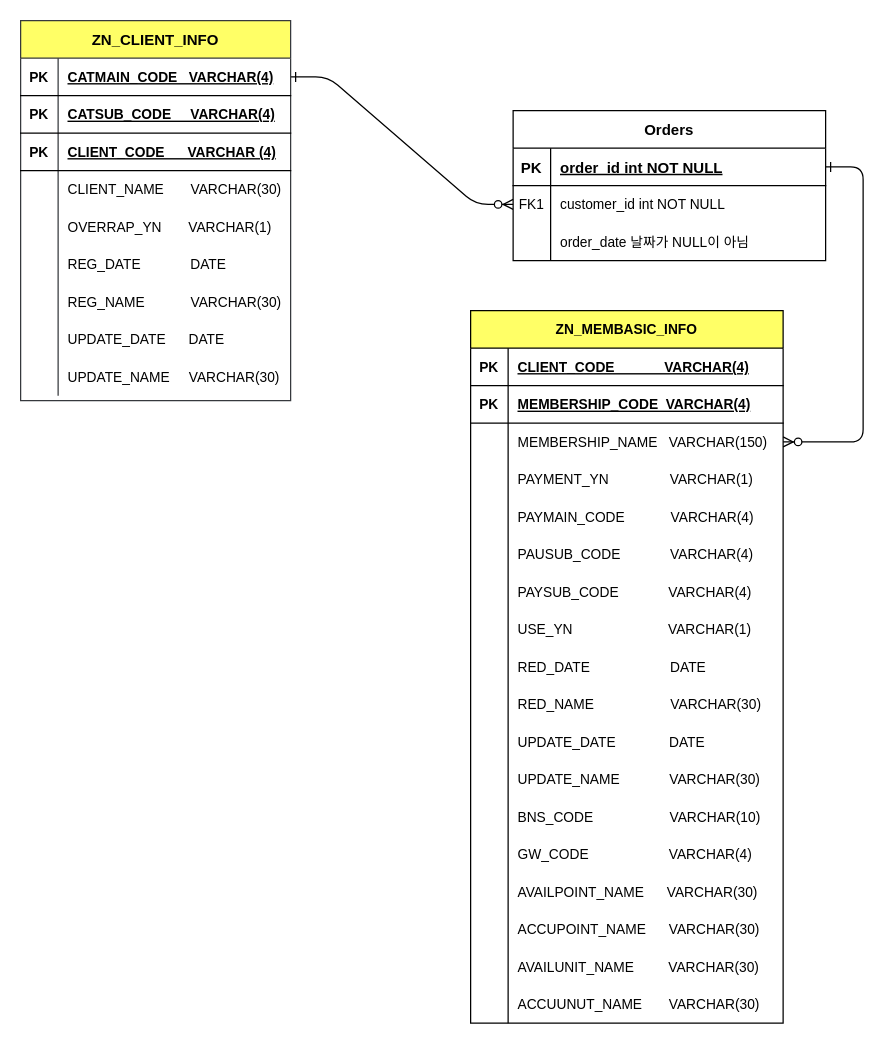
The draw.io diagram Untitled Diagram.drawio in qksl22/Java, before the edit. Source tidied: cells renumbered, new cells numbered last; positions are measured from the earlier drawing's top-left corner, leaving out a move shared by most shapes. Both pictures are drawn from the tidied source at 125%, with x=0, y=0 at pixel (20, 20).
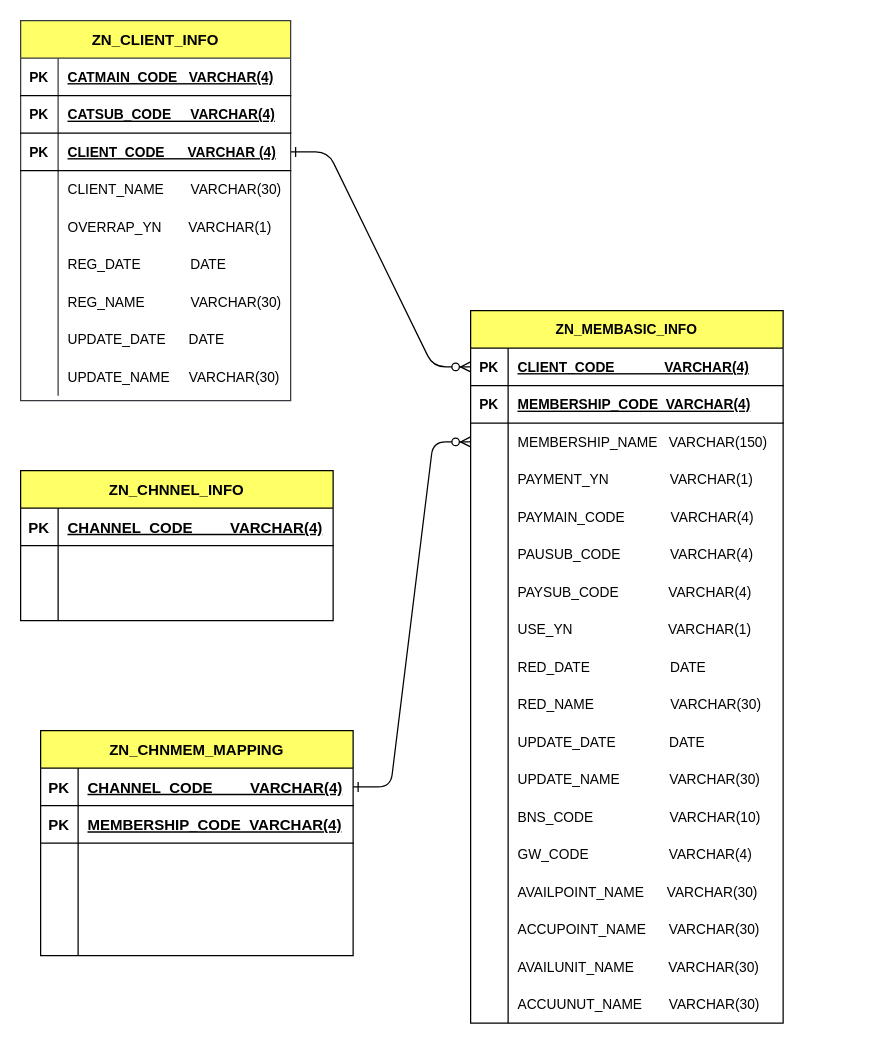
The same page after the edit.

Unchanged cells that the change refers to:
```xml
<mxCell id="15" style="shape=partialRectangle;fillColor=none;points=[[0,0.5],[1,0.5]];portConstraint=eastwest;top=0;left=0;right=0;bottom=1;fontSize=11;" parent="14" vertex="1">
  <mxGeometry y="30" width="250" height="30" as="geometry" />
</mxCell>
<mxCell id="21" style="shape=partialRectangle;fillColor=none;points=[[0,0.5],[1,0.5]];portConstraint=eastwest;top=0;left=0;right=0;bottom=0;fontSize=11;" parent="14" vertex="1">
  <mxGeometry y="90" width="250" height="30" as="geometry" />
</mxCell>
<mxCell id="70" style="shape=partialRectangle;fillColor=none;points=[[0,0.5],[1,0.5]];portConstraint=eastwest;top=0;left=0;right=0;bottom=1;fontSize=11;" parent="69" vertex="1">
  <mxGeometry y="30" width="216" height="30" as="geometry" />
</mxCell>
<mxCell id="76" style="shape=partialRectangle;fillColor=none;points=[[0,0.5],[1,0.5]];portConstraint=eastwest;top=0;left=0;right=0;bottom=1;fontSize=11;" parent="69" vertex="1">
  <mxGeometry y="90" width="216" height="30" as="geometry" />
</mxCell>
```

The edit, as a diff of the source:
```diff
@@
-    <mxCell id="2" style="edgeStyle=entityRelationEdgeStyle;endArrow=ERzeroToMany;startArrow=ERone;endFill=1;startFill=0;fontSize=11;" parent="1" edge="1" source="70" target="8">
+    <mxCell id="2" style="edgeStyle=entityRelationEdgeStyle;endArrow=ERzeroToMany;startArrow=ERone;endFill=1;startFill=0;fontSize=11;entryX=0;entryY=0.5;entryDx=0;entryDy=0;exitX=1;exitY=0.5;exitDx=0;exitDy=0;" parent="1" edge="1" source="76" target="15">
       <mxGeometry relative="1" as="geometry" />
     </mxCell>
-    <mxCell id="3" style="edgeStyle=entityRelationEdgeStyle;endArrow=ERzeroToMany;startArrow=ERone;endFill=1;startFill=0;fontSize=11;" parent="1" edge="1" source="5" target="21">
+    <mxCell id="3" style="edgeStyle=entityRelationEdgeStyle;endArrow=ERzeroToMany;startArrow=ERone;endFill=1;startFill=0;fontSize=11;exitX=1;exitY=0.5;exitDx=0;exitDy=0;" parent="1" edge="1" source="98" target="21">
       <mxGeometry relative="1" as="geometry" />
     </mxCell>
-    <mxCell id="4" value="Orders" style="shape=table;startSize=30;childLayout=tableLayout;rowLines=0;fontStyle=1;align=center;" parent="1" vertex="1">
-      <mxGeometry x="394" y="72" width="250" height="120" as="geometry" />
-    </mxCell>
-    <mxCell id="5" style="shape=partialRectangle;fillColor=none;points=[[0,0.5],[1,0.5]];portConstraint=eastwest;top=0;left=0;right=0;bottom=1;" parent="4" vertex="1">
-      <mxGeometry y="30" width="250" height="30" as="geometry" />
-    </mxCell>
-    <mxCell id="6" value="PK" style="shape=partialRectangle;overflow=hidden;fillColor=none;top=0;left=0;bottom=0;right=0;fontStyle=1;" parent="5" vertex="1">
-      <mxGeometry width="30" height="30" as="geometry" />
-    </mxCell>
-    <mxCell id="7" value="order_id int NOT NULL " style="shape=partialRectangle;overflow=hidden;fillColor=none;top=0;left=0;bottom=0;right=0;align=left;spacingLeft=6;fontStyle=5;" parent="5" vertex="1">
-      <mxGeometry x="30" width="220" height="30" as="geometry" />
-    </mxCell>
-    <mxCell id="8" style="shape=partialRectangle;fillColor=none;points=[[0,0.5],[1,0.5]];portConstraint=eastwest;top=0;left=0;right=0;bottom=0;fontSize=11;" parent="4" vertex="1">
-      <mxGeometry y="60" width="250" height="30" as="geometry" />
-    </mxCell>
-    <mxCell id="9" value="FK1" style="shape=partialRectangle;overflow=hidden;fillColor=none;top=0;left=0;bottom=0;right=0;fontSize=11;" parent="8" vertex="1">
-      <mxGeometry width="30" height="30" as="geometry" />
-    </mxCell>
-    <mxCell id="10" value="customer_id int NOT NULL" style="shape=partialRectangle;overflow=hidden;fillColor=none;top=0;left=0;bottom=0;right=0;align=left;spacingLeft=6;fontSize=11;" parent="8" vertex="1">
-      <mxGeometry x="30" width="220" height="30" as="geometry" />
-    </mxCell>
-    <mxCell id="11" style="shape=partialRectangle;fillColor=none;top=0;left=0;right=0;bottom=0;fontSize=11;" parent="4" vertex="1">
-      <mxGeometry y="90" width="250" height="30" as="geometry" />
-    </mxCell>
-    <mxCell id="12" style="shape=partialRectangle;overflow=hidden;fillColor=none;top=0;left=0;bottom=0;right=0;fontSize=11;" parent="11" vertex="1">
-      <mxGeometry width="30" height="30" as="geometry" />
-    </mxCell>
-    <mxCell id="13" value="order_date 날짜가 NULL이 아님" style="shape=partialRectangle;overflow=hidden;fillColor=none;top=0;left=0;bottom=0;right=0;align=left;spacingLeft=6;fontSize=11;" parent="11" vertex="1">
-      <mxGeometry x="30" width="220" height="30" as="geometry" />
-    </mxCell>
@@
+    <mxCell id="97" value="ZN_CHNMEM_MAPPING" style="shape=table;startSize=30;childLayout=tableLayout;rowLines=0;fontStyle=1;align=center;fillColor=#FFFF66;" parent="1" vertex="1">
+      <mxGeometry x="16" y="568" width="250" height="180" as="geometry" />
+    </mxCell>
+    <mxCell id="98" style="shape=partialRectangle;fillColor=none;points=[[0,0.5],[1,0.5]];portConstraint=eastwest;top=0;left=0;right=0;bottom=1;" parent="97" vertex="1">
+      <mxGeometry y="30" width="250" height="30" as="geometry" />
+    </mxCell>
+    <mxCell id="99" value="PK" style="shape=partialRectangle;overflow=hidden;fillColor=none;top=0;left=0;bottom=0;right=0;fontStyle=1;" parent="98" vertex="1">
+      <mxGeometry width="30" height="30" as="geometry" />
+    </mxCell>
+    <mxCell id="100" value="CHANNEL_CODE         VARCHAR(4)" style="shape=partialRectangle;overflow=hidden;fillColor=none;top=0;left=0;bottom=0;right=0;align=left;spacingLeft=6;fontStyle=5;" parent="98" vertex="1">
+      <mxGeometry x="30" width="220" height="30" as="geometry" />
+    </mxCell>
+    <mxCell id="101" style="shape=partialRectangle;fillColor=none;top=0;left=0;right=0;bottom=1;" parent="97" vertex="1">
+      <mxGeometry y="60" width="250" height="30" as="geometry" />
+    </mxCell>
+    <mxCell id="102" value="PK" style="shape=partialRectangle;overflow=hidden;fillColor=none;top=0;left=0;bottom=0;right=0;fontStyle=1;" parent="101" vertex="1">
+      <mxGeometry width="30" height="30" as="geometry" />
+    </mxCell>
+    <mxCell id="103" value="MEMBERSHIP_CODE  VARCHAR(4)" style="shape=partialRectangle;overflow=hidden;fillColor=none;top=0;left=0;bottom=0;right=0;align=left;spacingLeft=6;fontStyle=5;" parent="101" vertex="1">
+      <mxGeometry x="30" width="220" height="30" as="geometry" />
+    </mxCell>
+    <mxCell id="104" style="shape=partialRectangle;fillColor=none;top=0;left=0;right=0;bottom=0;fontSize=11;" parent="97" vertex="1">
+      <mxGeometry y="90" width="250" height="30" as="geometry" />
+    </mxCell>
+    <mxCell id="105" style="shape=partialRectangle;overflow=hidden;fillColor=none;top=0;left=0;bottom=0;right=0;fontSize=11;" parent="104" vertex="1">
+      <mxGeometry width="30" height="30" as="geometry" />
+    </mxCell>
+    <mxCell id="106" style="shape=partialRectangle;overflow=hidden;fillColor=none;top=0;left=0;bottom=0;right=0;align=left;spacingLeft=6;fontSize=11;" parent="104" vertex="1">
+      <mxGeometry x="30" width="220" height="30" as="geometry" />
+    </mxCell>
+    <mxCell id="107" style="shape=partialRectangle;fillColor=none;top=0;left=0;right=0;bottom=0;fontSize=11;" parent="97" vertex="1">
+      <mxGeometry y="120" width="250" height="30" as="geometry" />
+    </mxCell>
+    <mxCell id="108" style="shape=partialRectangle;overflow=hidden;fillColor=none;top=0;left=0;bottom=0;right=0;fontSize=11;" parent="107" vertex="1">
+      <mxGeometry width="30" height="30" as="geometry" />
+    </mxCell>
+    <mxCell id="109" style="shape=partialRectangle;overflow=hidden;fillColor=none;top=0;left=0;bottom=0;right=0;align=left;spacingLeft=6;fontSize=11;" parent="107" vertex="1">
+      <mxGeometry x="30" width="220" height="30" as="geometry" />
+    </mxCell>
+    <mxCell id="110" style="shape=partialRectangle;fillColor=none;top=0;left=0;right=0;bottom=0;fontSize=11;" parent="97" vertex="1">
+      <mxGeometry y="150" width="250" height="30" as="geometry" />
+    </mxCell>
+    <mxCell id="111" style="shape=partialRectangle;overflow=hidden;fillColor=none;top=0;left=0;bottom=0;right=0;fontSize=11;" parent="110" vertex="1">
+      <mxGeometry width="30" height="30" as="geometry" />
+    </mxCell>
+    <mxCell id="112" style="shape=partialRectangle;overflow=hidden;fillColor=none;top=0;left=0;bottom=0;right=0;align=left;spacingLeft=6;fontSize=11;" parent="110" vertex="1">
+      <mxGeometry x="30" width="220" height="30" as="geometry" />
+    </mxCell>
+    <mxCell id="113" value="ZN_CHNNEL_INFO" style="shape=table;startSize=30;childLayout=tableLayout;rowLines=0;fontStyle=1;align=center;fillColor=#FFFF66;" parent="1" vertex="1">
+      <mxGeometry y="360" width="250" height="120" as="geometry" />
+    </mxCell>
+    <mxCell id="114" style="shape=partialRectangle;fillColor=none;top=0;left=0;right=0;bottom=1;" parent="113" vertex="1">
+      <mxGeometry y="30" width="250" height="30" as="geometry" />
+    </mxCell>
+    <mxCell id="115" value="PK" style="shape=partialRectangle;overflow=hidden;fillColor=none;top=0;left=0;bottom=0;right=0;fontStyle=1;" parent="114" vertex="1">
+      <mxGeometry width="30" height="30" as="geometry" />
+    </mxCell>
+    <mxCell id="116" value="CHANNEL_CODE         VARCHAR(4)" style="shape=partialRectangle;overflow=hidden;fillColor=none;top=0;left=0;bottom=0;right=0;align=left;spacingLeft=6;fontStyle=5;" parent="114" vertex="1">
+      <mxGeometry x="30" width="220" height="30" as="geometry" />
+    </mxCell>
+    <mxCell id="8" style="shape=partialRectangle;fillColor=none;points=[[0,0.5],[1,0.5]];portConstraint=eastwest;top=0;left=0;right=0;bottom=0;fontSize=11;" parent="113" vertex="1">
+      <mxGeometry y="60" width="250" height="30" as="geometry" />
+    </mxCell>
+    <mxCell id="117" style="shape=partialRectangle;overflow=hidden;fillColor=none;top=0;left=0;bottom=0;right=0;fontSize=11;" parent="8" vertex="1">
+      <mxGeometry width="30" height="30" as="geometry" />
+    </mxCell>
+    <mxCell id="118" style="shape=partialRectangle;overflow=hidden;fillColor=none;top=0;left=0;bottom=0;right=0;align=left;spacingLeft=6;fontSize=11;" parent="8" vertex="1">
+      <mxGeometry x="30" width="220" height="30" as="geometry" />
+    </mxCell>
+    <mxCell id="119" style="shape=partialRectangle;fillColor=none;top=0;left=0;right=0;bottom=0;fontSize=11;" parent="113" vertex="1">
+      <mxGeometry y="90" width="250" height="30" as="geometry" />
+    </mxCell>
+    <mxCell id="120" style="shape=partialRectangle;overflow=hidden;fillColor=none;top=0;left=0;bottom=0;right=0;fontSize=11;" parent="119" vertex="1">
+      <mxGeometry width="30" height="30" as="geometry" />
+    </mxCell>
+    <mxCell id="121" style="shape=partialRectangle;overflow=hidden;fillColor=none;top=0;left=0;bottom=0;right=0;align=left;spacingLeft=6;fontSize=11;" parent="119" vertex="1">
+      <mxGeometry x="30" width="220" height="30" as="geometry" />
+    </mxCell>
```
